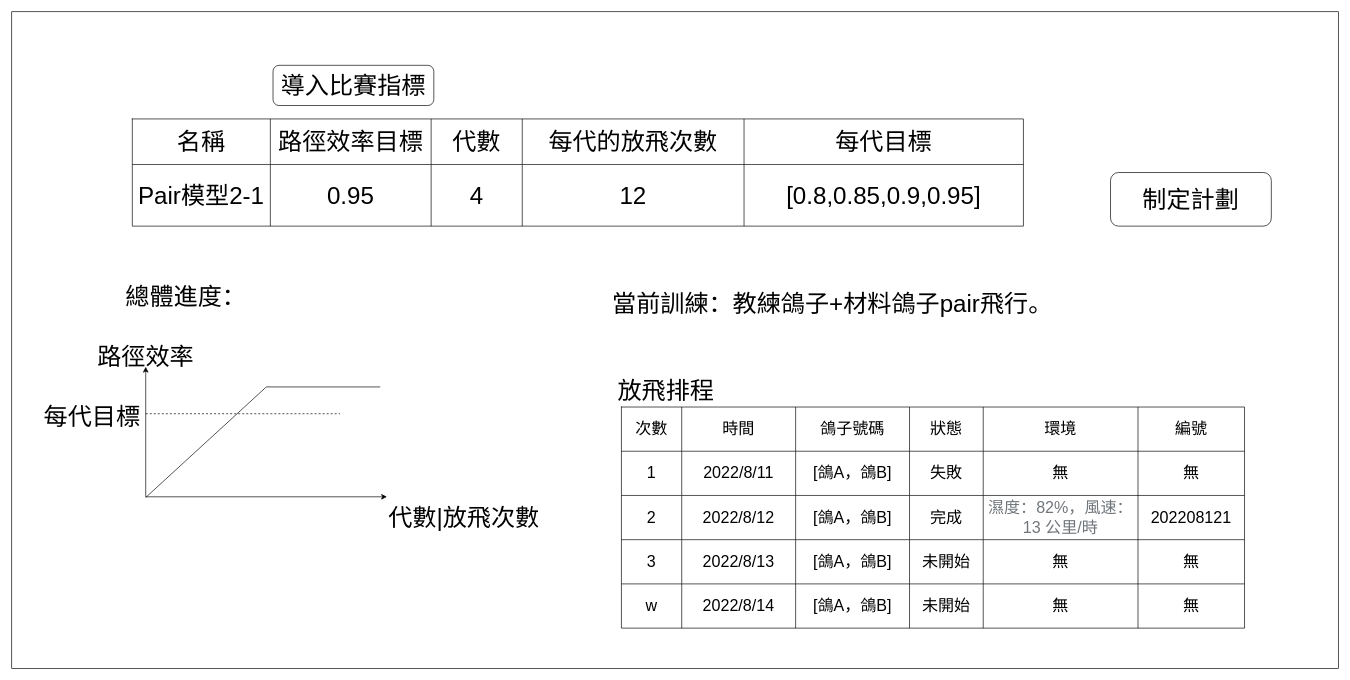
Earlier version of the draw.io diagram page "Pair模型2-1" (4 of 10) of 訓練系統UI設計.drawio (pengzhen80/PigeonRace). Source tidied: cells renumbered, new cells numbered last; positions are measured from the earlier drawing's top-left corner, leaving out a move shared by most shapes. Both pictures are drawn from the tidied source at 67%, with x=0, y=0 at pixel (11, 11).
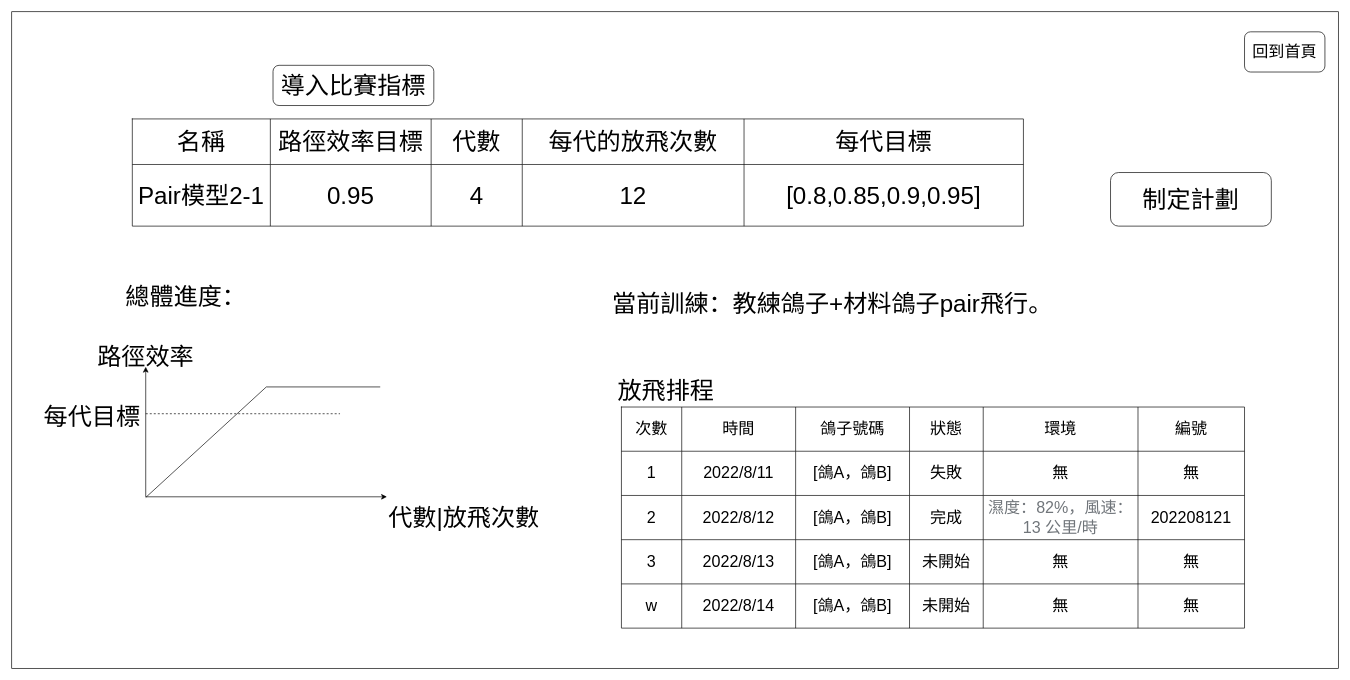
The same diagram, later.

The edit, as a diff of the source:
```diff
@@
+    <mxCell id="65" value="回到首頁" style="rounded=1;whiteSpace=wrap;html=1;fontSize=24;" parent="1" vertex="1">
+      <mxGeometry x="1840" y="30" width="120" height="60" as="geometry" />
+    </mxCell>
```
